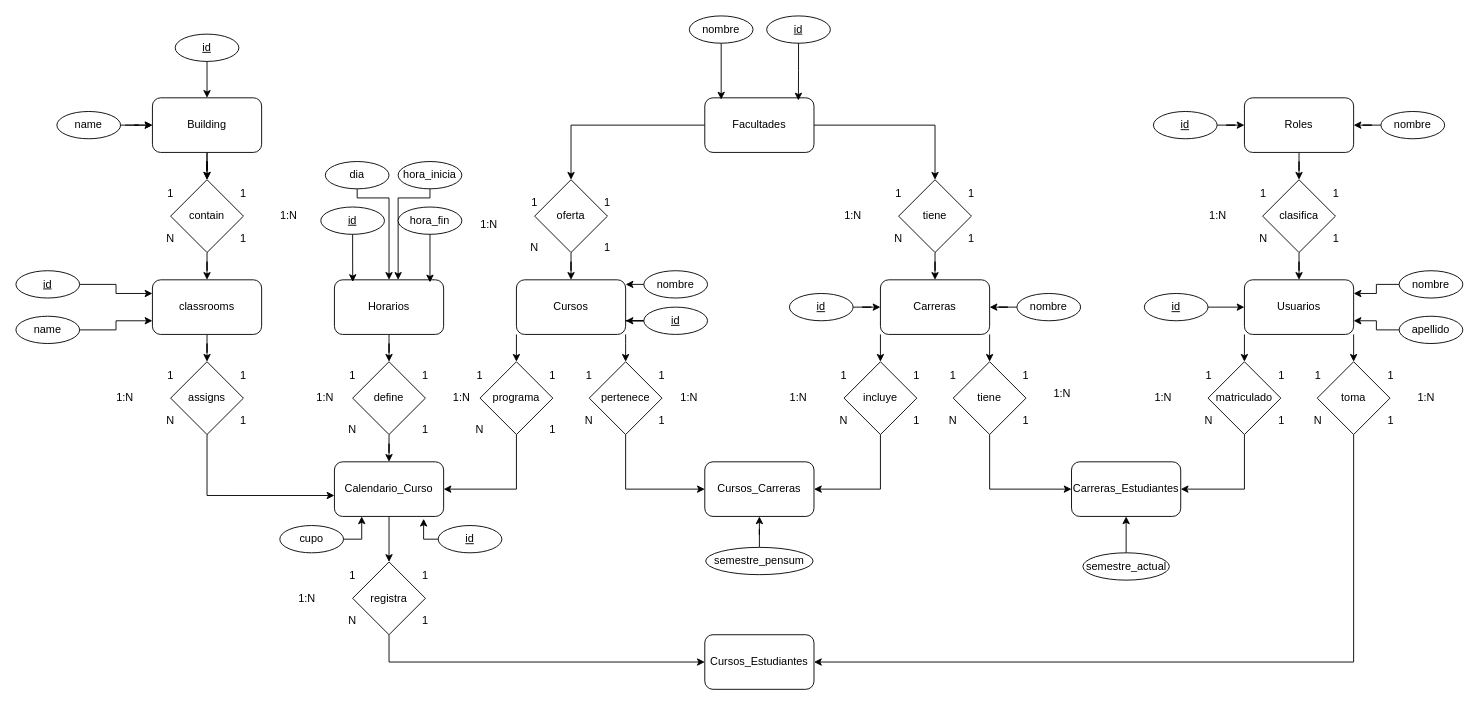
This is content/university/models/ERD/sistema_academico_universitario.drawio from Andres0023-U/sql-bdi-i-2026-i-Andres0023-U, a draw.io file, before an edit. Source tidied: cells renumbered, new cells numbered last; positions are measured from the earlier drawing's top-left corner, leaving out a move shared by most shapes. Both pictures are drawn from the tidied source at 91%, with x=0, y=0 at pixel (15, 15).
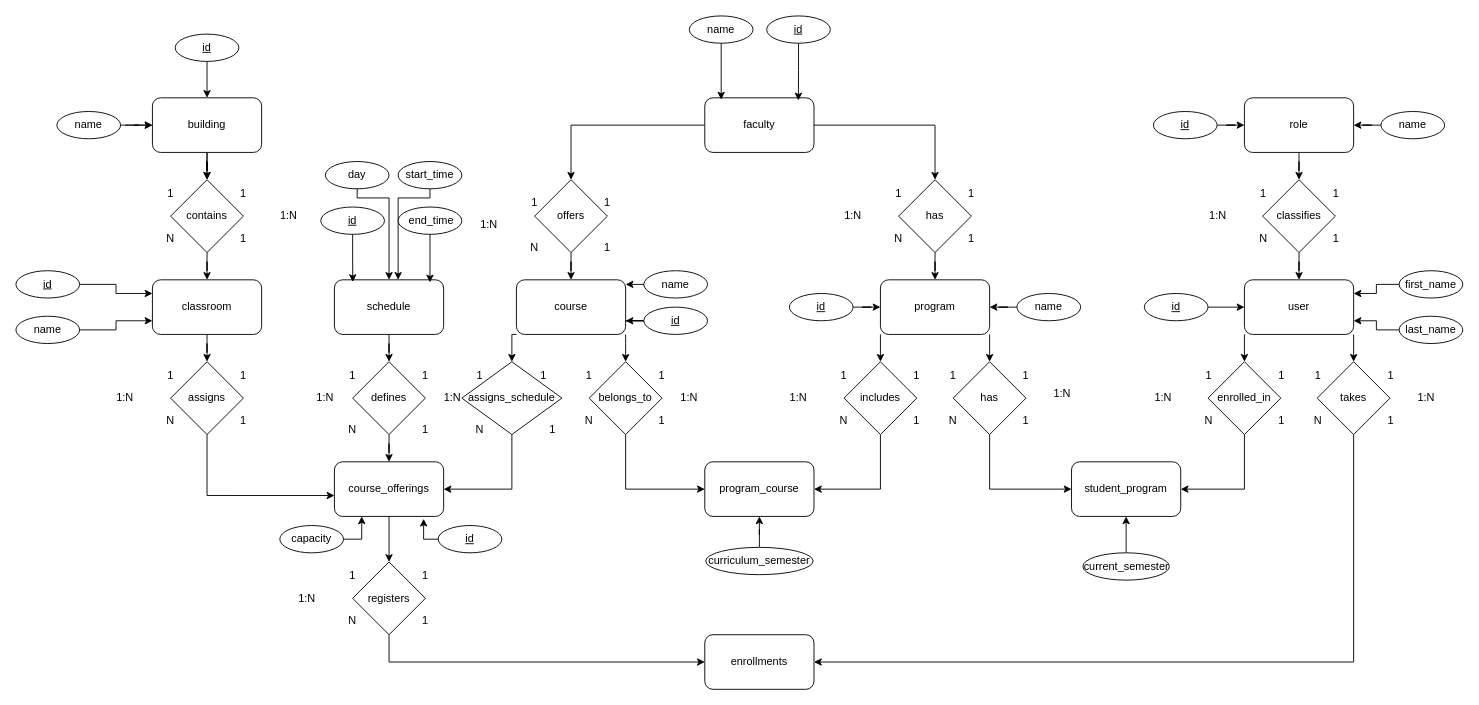
After the change.

Commit message (it also covers changes not shown here):
fix(models-ERD):Tables titles fixed

What changed in the source:
```diff
@@
-    <mxCell id="4" value="Building" style="rounded=1;whiteSpace=wrap;html=1;" parent="1" vertex="1">
+    <mxCell id="4" value="&lt;span&gt;&lt;code&gt;&lt;/code&gt;&lt;/span&gt;&lt;span&gt;&lt;span&gt;&lt;code style=&quot;&quot;&gt;&lt;font face=&quot;Helvetica&quot; style=&quot;&quot;&gt;building&lt;/font&gt;&lt;/code&gt;&lt;/span&gt;&lt;/span&gt;" style="rounded=1;whiteSpace=wrap;html=1;" parent="1" vertex="1">
       <mxGeometry x="150" y="90" width="120" height="60" as="geometry" />
     </mxCell>
@@
-    <mxCell id="6" value="classrooms" style="rounded=1;whiteSpace=wrap;html=1;" parent="1" vertex="1">
+    <mxCell id="6" value="classroom" style="rounded=1;whiteSpace=wrap;html=1;" parent="1" vertex="1">
       <mxGeometry x="150" y="290" width="120" height="60" as="geometry" />
     </mxCell>
@@
-    <mxCell id="8" value="contain" style="rhombus;whiteSpace=wrap;html=1;" parent="1" vertex="1">
+    <mxCell id="8" value="contains" style="rhombus;whiteSpace=wrap;html=1;" parent="1" vertex="1">
       <mxGeometry x="170" y="180" width="80" height="80" as="geometry" />
     </mxCell>
@@
-    <mxCell id="10" value="Horarios" style="rounded=1;whiteSpace=wrap;html=1;" parent="1" vertex="1">
+    <mxCell id="10" value="schedule" style="rounded=1;whiteSpace=wrap;html=1;" parent="1" vertex="1">
       <mxGeometry x="350" y="290" width="120" height="60" as="geometry" />
     </mxCell>
@@
-    <mxCell id="13" value="define" style="rhombus;whiteSpace=wrap;html=1;" parent="1" vertex="1">
+    <mxCell id="13" value="defines" style="rhombus;whiteSpace=wrap;html=1;" parent="1" vertex="1">
       <mxGeometry x="370" y="380" width="80" height="80" as="geometry" />
     </mxCell>
@@
-    <mxCell id="15" value="Calendario_Curso" style="rounded=1;whiteSpace=wrap;html=1;" parent="1" vertex="1">
+    <mxCell id="15" value="course_offerings" style="rounded=1;whiteSpace=wrap;html=1;" parent="1" vertex="1">
       <mxGeometry x="350" y="490" width="120" height="60" as="geometry" />
     </mxCell>
@@
-    <mxCell id="18" value="registra" style="rhombus;whiteSpace=wrap;html=1;" parent="1" vertex="1">
+    <mxCell id="18" value="registers" style="rhombus;whiteSpace=wrap;html=1;" parent="1" vertex="1">
       <mxGeometry x="370" y="600" width="80" height="80" as="geometry" />
     </mxCell>
     <mxCell id="19" style="edgeStyle=orthogonalEdgeStyle;rounded=0;jettySize=auto;html=1;entryX=1;entryY=0.5;entryDx=0;entryDy=0;" parent="1" edge="1" source="20" target="15">
       <mxGeometry relative="1" as="geometry">
         <Array as="points">
-          <mxPoint x="550" y="520" />
+          <mxPoint x="545" y="520" />
         </Array>
       </mxGeometry>
     </mxCell>
-    <mxCell id="20" value="programa" style="rhombus;whiteSpace=wrap;html=1;" parent="1" vertex="1">
-      <mxGeometry x="510" y="380" width="80" height="80" as="geometry" />
+    <mxCell id="20" value="assigns_schedule" style="rhombus;whiteSpace=wrap;html=1;" parent="1" vertex="1">
+      <mxGeometry x="490" y="380" width="110" height="80" as="geometry" />
     </mxCell>
@@
-    <mxCell id="23" value="Cursos" style="rounded=1;whiteSpace=wrap;html=1;" parent="1" vertex="1">
+    <mxCell id="23" value="course" style="rounded=1;whiteSpace=wrap;html=1;" parent="1" vertex="1">
       <mxGeometry x="550" y="290" width="120" height="60" as="geometry" />
     </mxCell>
@@
-    <mxCell id="25" value="oferta" style="rhombus;whiteSpace=wrap;html=1;" parent="1" vertex="1">
+    <mxCell id="25" value="offers" style="rhombus;whiteSpace=wrap;html=1;" parent="1" vertex="1">
       <mxGeometry x="570" y="180" width="80" height="80" as="geometry" />
     </mxCell>
@@
-    <mxCell id="28" value="Facultades" style="rounded=1;whiteSpace=wrap;html=1;" parent="1" vertex="1">
+    <mxCell id="28" value="faculty" style="rounded=1;whiteSpace=wrap;html=1;" parent="1" vertex="1">
       <mxGeometry x="757" y="90" width="120" height="60" as="geometry" />
     </mxCell>
@@
-    <mxCell id="30" value="tiene" style="rhombus;whiteSpace=wrap;html=1;" parent="1" vertex="1">
+    <mxCell id="30" value="has" style="rhombus;whiteSpace=wrap;html=1;" parent="1" vertex="1">
       <mxGeometry x="970" y="180" width="80" height="80" as="geometry" />
     </mxCell>
@@
-    <mxCell id="33" value="Carreras" style="rounded=1;whiteSpace=wrap;html=1;" parent="1" vertex="1">
+    <mxCell id="33" value="program" style="rounded=1;whiteSpace=wrap;html=1;" parent="1" vertex="1">
       <mxGeometry x="950" y="290" width="120" height="60" as="geometry" />
     </mxCell>
@@
-    <mxCell id="35" value="pertenece" style="rhombus;whiteSpace=wrap;html=1;" parent="1" vertex="1">
+    <mxCell id="35" value="belongs_to" style="rhombus;whiteSpace=wrap;html=1;" parent="1" vertex="1">
       <mxGeometry x="630" y="380" width="80" height="80" as="geometry" />
     </mxCell>
-    <mxCell id="36" value="Cursos_Carreras" style="rounded=1;whiteSpace=wrap;html=1;" parent="1" vertex="1">
+    <mxCell id="36" value="program_course" style="rounded=1;whiteSpace=wrap;html=1;" parent="1" vertex="1">
       <mxGeometry x="757" y="490" width="120" height="60" as="geometry" />
     </mxCell>
@@
-    <mxCell id="38" value="incluye" style="rhombus;whiteSpace=wrap;html=1;" parent="1" vertex="1">
+    <mxCell id="38" value="includes" style="rhombus;whiteSpace=wrap;html=1;" parent="1" vertex="1">
       <mxGeometry x="910" y="380" width="80" height="80" as="geometry" />
     </mxCell>
@@
-    <mxCell id="40" value="tiene" style="rhombus;whiteSpace=wrap;html=1;" parent="1" vertex="1">
+    <mxCell id="40" value="has" style="rhombus;whiteSpace=wrap;html=1;" parent="1" vertex="1">
       <mxGeometry x="1030" y="380" width="80" height="80" as="geometry" />
     </mxCell>
-    <mxCell id="41" value="Carreras_Estudiantes" style="rounded=1;whiteSpace=wrap;html=1;" parent="1" vertex="1">
+    <mxCell id="41" value="student_program" style="rounded=1;whiteSpace=wrap;html=1;" parent="1" vertex="1">
       <mxGeometry x="1160" y="490" width="120" height="60" as="geometry" />
     </mxCell>
@@
-    <mxCell id="44" value="Usuarios" style="rounded=1;whiteSpace=wrap;html=1;" parent="1" vertex="1">
+    <mxCell id="44" value="user" style="rounded=1;whiteSpace=wrap;html=1;" parent="1" vertex="1">
       <mxGeometry x="1350" y="290" width="120" height="60" as="geometry" />
     </mxCell>
@@
-    <mxCell id="46" value="matriculado" style="rhombus;whiteSpace=wrap;html=1;" parent="1" vertex="1">
+    <mxCell id="46" value="enrolled_in" style="rhombus;whiteSpace=wrap;html=1;" parent="1" vertex="1">
       <mxGeometry x="1310" y="380" width="80" height="80" as="geometry" />
     </mxCell>
@@
-    <mxCell id="48" value="clasifica" style="rhombus;whiteSpace=wrap;html=1;" parent="1" vertex="1">
+    <mxCell id="48" value="classifies" style="rhombus;whiteSpace=wrap;html=1;" parent="1" vertex="1">
       <mxGeometry x="1370" y="180" width="80" height="80" as="geometry" />
     </mxCell>
@@
-    <mxCell id="50" value="Roles" style="rounded=1;whiteSpace=wrap;html=1;" parent="1" vertex="1">
+    <mxCell id="50" value="role" style="rounded=1;whiteSpace=wrap;html=1;" parent="1" vertex="1">
       <mxGeometry x="1350" y="90" width="120" height="60" as="geometry" />
     </mxCell>
@@
-    <mxCell id="52" value="toma" style="rhombus;whiteSpace=wrap;html=1;" parent="1" vertex="1">
+    <mxCell id="52" value="takes" style="rhombus;whiteSpace=wrap;html=1;" parent="1" vertex="1">
       <mxGeometry x="1430" y="380" width="80" height="80" as="geometry" />
     </mxCell>
-    <mxCell id="53" value="Cursos_Estudiantes" style="rounded=1;whiteSpace=wrap;html=1;" parent="1" vertex="1">
+    <mxCell id="53" value="enrollments" style="rounded=1;whiteSpace=wrap;html=1;" parent="1" vertex="1">
       <mxGeometry x="757" y="680" width="120" height="60" as="geometry" />
     </mxCell>
@@
     <mxCell id="106" value="1" style="text;html=1;whiteSpace=wrap;strokeColor=none;fillColor=none;align=center;verticalAlign=middle;rounded=0;" parent="1" vertex="1">
-      <mxGeometry x="560" y="380" width="60" height="30" as="geometry" />
+      <mxGeometry x="550" y="380" width="60" height="30" as="geometry" />
     </mxCell>
@@
     <mxCell id="108" value="1:N" style="text;html=1;whiteSpace=wrap;strokeColor=none;fillColor=none;align=center;verticalAlign=middle;rounded=0;" parent="1" vertex="1">
-      <mxGeometry x="460" y="405" width="60" height="30" as="geometry" />
+      <mxGeometry x="450" y="405" width="60" height="30" as="geometry" />
     </mxCell>
@@
-    <mxCell id="130" value="cupo" style="ellipse;whiteSpace=wrap;html=1;" parent="1" vertex="1">
+    <mxCell id="130" value="capacity" style="ellipse;whiteSpace=wrap;html=1;" parent="1" vertex="1">
       <mxGeometry x="290" y="560" width="70" height="30" as="geometry" />
     </mxCell>
@@
-    <mxCell id="134" value="hora_inicia" style="ellipse;whiteSpace=wrap;html=1;" parent="1" vertex="1">
+    <mxCell id="134" value="start_time" style="ellipse;whiteSpace=wrap;html=1;" parent="1" vertex="1">
       <mxGeometry x="420" y="160" width="70" height="30" as="geometry" />
     </mxCell>
-    <mxCell id="135" value="hora_fin" style="ellipse;whiteSpace=wrap;html=1;" parent="1" vertex="1">
+    <mxCell id="135" value="&amp;nbsp;end_time" style="ellipse;whiteSpace=wrap;html=1;" parent="1" vertex="1">
       <mxGeometry x="420" y="210" width="70" height="30" as="geometry" />
     </mxCell>
@@
-    <mxCell id="137" value="dia" style="ellipse;whiteSpace=wrap;html=1;" parent="1" vertex="1">
+    <mxCell id="137" value="day" style="ellipse;whiteSpace=wrap;html=1;" parent="1" vertex="1">
       <mxGeometry x="340" y="160" width="70" height="30" as="geometry" />
     </mxCell>
@@
-    <mxCell id="141" value="nombre" style="ellipse;whiteSpace=wrap;html=1;" parent="1" vertex="1">
+    <mxCell id="141" value="name" style="ellipse;whiteSpace=wrap;html=1;" parent="1" vertex="1">
       <mxGeometry x="740" width="70" height="30" as="geometry" />
     </mxCell>
@@
-    <mxCell id="146" value="nombre" style="ellipse;whiteSpace=wrap;html=1;" parent="1" vertex="1">
+    <mxCell id="146" value="name" style="ellipse;whiteSpace=wrap;html=1;" parent="1" vertex="1">
       <mxGeometry x="690" y="280" width="70" height="30" as="geometry" />
     </mxCell>
@@
-    <mxCell id="149" value="&lt;div style=&quot;text-align: start;&quot;&gt;semestre_pensum&lt;/div&gt;" style="ellipse;whiteSpace=wrap;html=1;" parent="1" vertex="1">
+    <mxCell id="149" value="&lt;div style=&quot;text-align: start;&quot;&gt; curriculum_semester&lt;/div&gt;" style="ellipse;whiteSpace=wrap;html=1;" parent="1" vertex="1">
       <mxGeometry x="758" y="584" width="118" height="30" as="geometry" />
     </mxCell>
@@
-    <mxCell id="153" value="nombre" style="ellipse;whiteSpace=wrap;html=1;" parent="1" vertex="1">
+    <mxCell id="153" value="name" style="ellipse;whiteSpace=wrap;html=1;" parent="1" vertex="1">
       <mxGeometry x="1100" y="305" width="70" height="30" as="geometry" />
     </mxCell>
@@
-    <mxCell id="155" value="semestre_actual" style="ellipse;whiteSpace=wrap;html=1;" parent="1" vertex="1">
+    <mxCell id="155" value="current_semester" style="ellipse;whiteSpace=wrap;html=1;" parent="1" vertex="1">
       <mxGeometry x="1172.5" y="590" width="95" height="30" as="geometry" />
     </mxCell>
@@
-    <mxCell id="157" value="nombre" style="ellipse;whiteSpace=wrap;html=1;" parent="1" vertex="1">
+    <mxCell id="157" value="first_name" style="ellipse;whiteSpace=wrap;html=1;" parent="1" vertex="1">
       <mxGeometry x="1520" y="280" width="70" height="30" as="geometry" />
     </mxCell>
@@
-    <mxCell id="161" value="apellido" style="ellipse;whiteSpace=wrap;html=1;" parent="1" vertex="1">
+    <mxCell id="161" value="last_name" style="ellipse;whiteSpace=wrap;html=1;" parent="1" vertex="1">
       <mxGeometry x="1520" y="330" width="70" height="30" as="geometry" />
     </mxCell>
@@
-    <mxCell id="163" value="nombre" style="ellipse;whiteSpace=wrap;html=1;" parent="1" vertex="1">
+    <mxCell id="163" value="name" style="ellipse;whiteSpace=wrap;html=1;" parent="1" vertex="1">
       <mxGeometry x="1500" y="105" width="70" height="30" as="geometry" />
     </mxCell>
```
